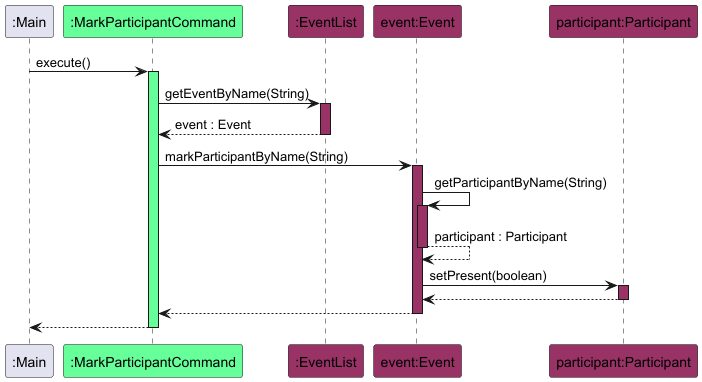
The PlantUML diagram docs/images/MarkParticipantSequenceDiagram.png in nus-cs2113-AY2425S1/tp, before a commit. Source of this version:
```plantuml
@startuml
!include style.puml

participant ":Main" as main
participant ":MarkParticipantCommand" as markCommand COMMAND_COLOUR
participant ":EventList" as eventList EVENT_COLOUR
participant "event:Event" as event EVENT_COLOUR
participant "participant:Participant" as participant EVENT_COLOUR

main -> markCommand : execute()
activate markCommand COMMAND_COLOUR

markCommand -> eventList : getEventByName(String)
activate eventList EVENT_COLOUR

eventList --> markCommand : event : Event
deactivate eventList EVENT_COLOUR

markCommand -> event : markParticipantByName(String)
activate event EVENT_COLOUR

event -> event : getParticipantByName(String)
activate event EVENT_COLOUR

return participant : Participant

event -> participant : setPresent(boolean)
activate participant EVENT_COLOUR

return

return

markCommand --> main
deactivate markCommand
@enduml
```
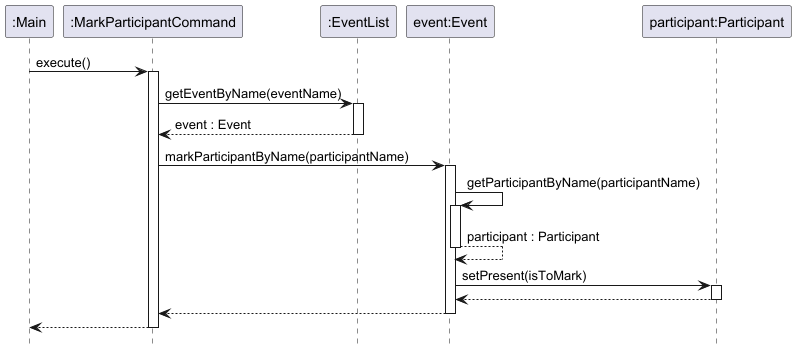
After the change.

The edit, as a diff of the source:
```diff
@@ -1,31 +1,32 @@
 @startuml
 !include style.puml
+hide footbox
 
 participant ":Main" as main
-participant ":MarkParticipantCommand" as markCommand COMMAND_COLOUR
-participant ":EventList" as eventList EVENT_COLOUR
-participant "event:Event" as event EVENT_COLOUR
-participant "participant:Participant" as participant EVENT_COLOUR
+participant ":MarkParticipantCommand" as markCommand
+participant ":EventList" as eventList
+participant "event:Event" as event
+participant "participant:Participant" as participant
 
 main -> markCommand : execute()
-activate markCommand COMMAND_COLOUR
+activate markCommand
 
-markCommand -> eventList : getEventByName(String)
-activate eventList EVENT_COLOUR
+markCommand -> eventList : getEventByName(eventName)
+activate eventList
 
 eventList --> markCommand : event : Event
-deactivate eventList EVENT_COLOUR
+deactivate eventList
 
-markCommand -> event : markParticipantByName(String)
-activate event EVENT_COLOUR
+markCommand -> event : markParticipantByName(participantName)
+activate event
 
-event -> event : getParticipantByName(String)
-activate event EVENT_COLOUR
+event -> event : getParticipantByName(participantName)
+activate event
 
 return participant : Participant
 
-event -> participant : setPresent(boolean)
-activate participant EVENT_COLOUR
+event -> participant : setPresent(isToMark)
+activate participant
 
 return
 
```
